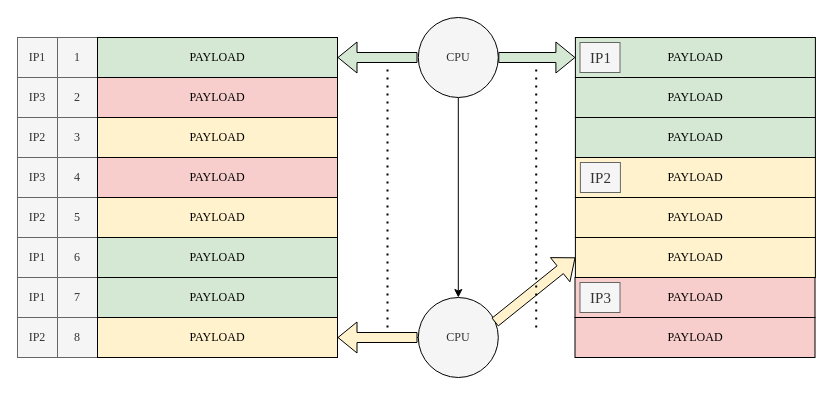
CHRIS123540/GPU keeps this draw.io diagram as page "第 1 页" (1 of 6) of producer&consumer.drawio. Above is the earlier version. Source tidied: cells renumbered, new cells numbered last; positions are measured from the earlier drawing's top-left corner, leaving out a move shared by most shapes. Both pictures are drawn from the tidied source at 100%, with x=0, y=0 at pixel (17, 17).
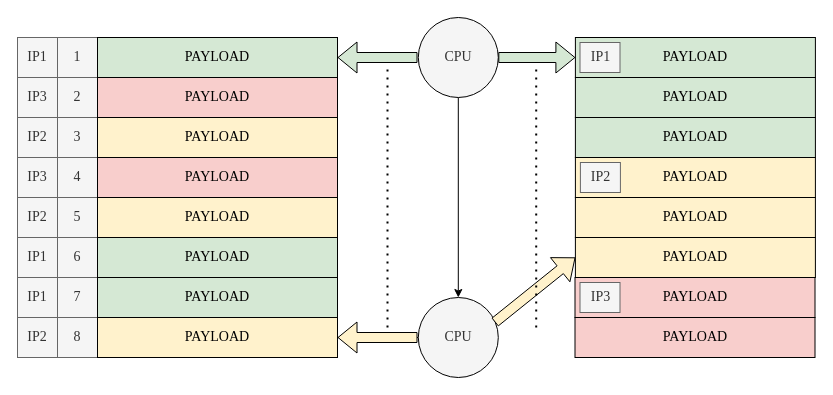
The same diagram, later.

The edit, as a diff of the source:
```diff
@@
-    <mxCell id="2" value="IP1" style="whiteSpace=wrap;html=1;strokeColor=#666666;fillColor=#f5f5f5;fontColor=#333333;fontFamily=Times New Roman;" parent="1" vertex="1">
+    <mxCell id="2" value="IP1" style="whiteSpace=wrap;html=1;strokeColor=#666666;fillColor=#f5f5f5;fontColor=#333333;fontFamily=Times New Roman;fontSize=14;" parent="1" vertex="1">
       <mxGeometry y="20" width="40" height="40" as="geometry" />
     </mxCell>
-    <mxCell id="3" value="IP3" style="whiteSpace=wrap;html=1;strokeColor=#666666;fillColor=#f5f5f5;fontColor=#333333;fontFamily=Times New Roman;" parent="1" vertex="1">
+    <mxCell id="3" value="IP3" style="whiteSpace=wrap;html=1;strokeColor=#666666;fillColor=#f5f5f5;fontColor=#333333;fontFamily=Times New Roman;fontSize=14;" parent="1" vertex="1">
       <mxGeometry y="60" width="40" height="40" as="geometry" />
     </mxCell>
-    <mxCell id="4" value="IP2" style="whiteSpace=wrap;html=1;strokeColor=#666666;fillColor=#f5f5f5;fontColor=#333333;fontFamily=Times New Roman;" parent="1" vertex="1">
+    <mxCell id="4" value="IP2" style="whiteSpace=wrap;html=1;strokeColor=#666666;fillColor=#f5f5f5;fontColor=#333333;fontFamily=Times New Roman;fontSize=14;" parent="1" vertex="1">
       <mxGeometry y="100" width="40" height="40" as="geometry" />
     </mxCell>
-    <mxCell id="5" value="IP3" style="whiteSpace=wrap;html=1;strokeColor=#666666;fillColor=#f5f5f5;fontColor=#333333;fontFamily=Times New Roman;" parent="1" vertex="1">
+    <mxCell id="5" value="IP3" style="whiteSpace=wrap;html=1;strokeColor=#666666;fillColor=#f5f5f5;fontColor=#333333;fontFamily=Times New Roman;fontSize=14;" parent="1" vertex="1">
       <mxGeometry y="140" width="40" height="40" as="geometry" />
     </mxCell>
-    <mxCell id="6" value="IP2" style="whiteSpace=wrap;html=1;strokeColor=#666666;fillColor=#f5f5f5;fontColor=#333333;fontFamily=Times New Roman;" parent="1" vertex="1">
+    <mxCell id="6" value="IP2" style="whiteSpace=wrap;html=1;strokeColor=#666666;fillColor=#f5f5f5;fontColor=#333333;fontFamily=Times New Roman;fontSize=14;" parent="1" vertex="1">
       <mxGeometry y="180" width="40" height="40" as="geometry" />
     </mxCell>
-    <mxCell id="7" value="IP1" style="whiteSpace=wrap;html=1;strokeColor=#666666;fillColor=#f5f5f5;fontColor=#333333;fontFamily=Times New Roman;" parent="1" vertex="1">
+    <mxCell id="7" value="IP1" style="whiteSpace=wrap;html=1;strokeColor=#666666;fillColor=#f5f5f5;fontColor=#333333;fontFamily=Times New Roman;fontSize=14;" parent="1" vertex="1">
       <mxGeometry y="220" width="40" height="40" as="geometry" />
     </mxCell>
-    <mxCell id="8" value="IP1" style="whiteSpace=wrap;html=1;strokeColor=#666666;fillColor=#f5f5f5;fontColor=#333333;fontFamily=Times New Roman;" parent="1" vertex="1">
+    <mxCell id="8" value="IP1" style="whiteSpace=wrap;html=1;strokeColor=#666666;fillColor=#f5f5f5;fontColor=#333333;fontFamily=Times New Roman;fontSize=14;" parent="1" vertex="1">
       <mxGeometry y="260" width="40" height="40" as="geometry" />
     </mxCell>
-    <mxCell id="9" value="IP2" style="whiteSpace=wrap;html=1;strokeColor=#666666;fillColor=#f5f5f5;fontColor=#333333;fontFamily=Times New Roman;" parent="1" vertex="1">
+    <mxCell id="9" value="IP2" style="whiteSpace=wrap;html=1;strokeColor=#666666;fillColor=#f5f5f5;fontColor=#333333;fontFamily=Times New Roman;fontSize=14;" parent="1" vertex="1">
       <mxGeometry y="300" width="40" height="40" as="geometry" />
     </mxCell>
-    <mxCell id="10" value="1" style="whiteSpace=wrap;html=1;strokeColor=#666666;fillColor=#f5f5f5;fontColor=#333333;fontFamily=Times New Roman;" parent="1" vertex="1">
+    <mxCell id="10" value="1" style="whiteSpace=wrap;html=1;strokeColor=#666666;fillColor=#f5f5f5;fontColor=#333333;fontFamily=Times New Roman;fontSize=14;" parent="1" vertex="1">
       <mxGeometry x="40" y="20" width="40" height="40" as="geometry" />
     </mxCell>
-    <mxCell id="11" value="2" style="whiteSpace=wrap;html=1;strokeColor=#666666;fillColor=#f5f5f5;fontColor=#333333;fontFamily=Times New Roman;" parent="1" vertex="1">
+    <mxCell id="11" value="2" style="whiteSpace=wrap;html=1;strokeColor=#666666;fillColor=#f5f5f5;fontColor=#333333;fontFamily=Times New Roman;fontSize=14;" parent="1" vertex="1">
       <mxGeometry x="40" y="60" width="40" height="40" as="geometry" />
     </mxCell>
-    <mxCell id="12" value="3" style="whiteSpace=wrap;html=1;strokeColor=#666666;fillColor=#f5f5f5;fontColor=#333333;fontFamily=Times New Roman;" parent="1" vertex="1">
+    <mxCell id="12" value="3" style="whiteSpace=wrap;html=1;strokeColor=#666666;fillColor=#f5f5f5;fontColor=#333333;fontFamily=Times New Roman;fontSize=14;" parent="1" vertex="1">
       <mxGeometry x="40" y="100" width="40" height="40" as="geometry" />
     </mxCell>
-    <mxCell id="13" value="4" style="whiteSpace=wrap;html=1;strokeColor=#666666;fillColor=#f5f5f5;fontColor=#333333;fontFamily=Times New Roman;" parent="1" vertex="1">
+    <mxCell id="13" value="4" style="whiteSpace=wrap;html=1;strokeColor=#666666;fillColor=#f5f5f5;fontColor=#333333;fontFamily=Times New Roman;fontSize=14;" parent="1" vertex="1">
       <mxGeometry x="40" y="140" width="40" height="40" as="geometry" />
     </mxCell>
-    <mxCell id="14" value="5" style="whiteSpace=wrap;html=1;strokeColor=#666666;fillColor=#f5f5f5;fontColor=#333333;fontFamily=Times New Roman;" parent="1" vertex="1">
+    <mxCell id="14" value="5" style="whiteSpace=wrap;html=1;strokeColor=#666666;fillColor=#f5f5f5;fontColor=#333333;fontFamily=Times New Roman;fontSize=14;" parent="1" vertex="1">
       <mxGeometry x="40" y="180" width="40" height="40" as="geometry" />
     </mxCell>
-    <mxCell id="15" value="6" style="whiteSpace=wrap;html=1;strokeColor=#666666;fillColor=#f5f5f5;fontColor=#333333;fontFamily=Times New Roman;" parent="1" vertex="1">
+    <mxCell id="15" value="6" style="whiteSpace=wrap;html=1;strokeColor=#666666;fillColor=#f5f5f5;fontColor=#333333;fontFamily=Times New Roman;fontSize=14;" parent="1" vertex="1">
       <mxGeometry x="40" y="220" width="40" height="40" as="geometry" />
     </mxCell>
-    <mxCell id="16" value="7" style="whiteSpace=wrap;html=1;strokeColor=#666666;fillColor=#f5f5f5;fontColor=#333333;fontFamily=Times New Roman;" parent="1" vertex="1">
+    <mxCell id="16" value="7" style="whiteSpace=wrap;html=1;strokeColor=#666666;fillColor=#f5f5f5;fontColor=#333333;fontFamily=Times New Roman;fontSize=14;" parent="1" vertex="1">
       <mxGeometry x="40" y="260" width="40" height="40" as="geometry" />
     </mxCell>
-    <mxCell id="17" value="8" style="whiteSpace=wrap;html=1;strokeColor=#666666;fillColor=#f5f5f5;fontColor=#333333;fontFamily=Times New Roman;" parent="1" vertex="1">
+    <mxCell id="17" value="8" style="whiteSpace=wrap;html=1;strokeColor=#666666;fillColor=#f5f5f5;fontColor=#333333;fontFamily=Times New Roman;fontSize=14;" parent="1" vertex="1">
       <mxGeometry x="40" y="300" width="40" height="40" as="geometry" />
     </mxCell>
-    <mxCell id="18" value="PAYLOAD" style="rounded=0;whiteSpace=wrap;html=1;fillColor=#d5e8d4;strokeColor=default;fontFamily=Times New Roman;" parent="1" vertex="1">
+    <mxCell id="18" value="PAYLOAD" style="rounded=0;whiteSpace=wrap;html=1;fillColor=#d5e8d4;strokeColor=default;fontFamily=Times New Roman;fontSize=14;" parent="1" vertex="1">
       <mxGeometry x="80" y="20" width="240" height="40" as="geometry" />
     </mxCell>
-    <mxCell id="19" value="PAYLOAD" style="rounded=0;whiteSpace=wrap;html=1;fillColor=#f8cecc;strokeColor=default;fontFamily=Times New Roman;" parent="1" vertex="1">
+    <mxCell id="19" value="PAYLOAD" style="rounded=0;whiteSpace=wrap;html=1;fillColor=#f8cecc;strokeColor=default;fontFamily=Times New Roman;fontSize=14;" parent="1" vertex="1">
       <mxGeometry x="80" y="60" width="240" height="40" as="geometry" />
     </mxCell>
-    <mxCell id="20" value="PAYLOAD" style="rounded=0;whiteSpace=wrap;html=1;fillColor=#fff2cc;strokeColor=default;fontFamily=Times New Roman;" parent="1" vertex="1">
+    <mxCell id="20" value="PAYLOAD" style="rounded=0;whiteSpace=wrap;html=1;fillColor=#fff2cc;strokeColor=default;fontFamily=Times New Roman;fontSize=14;" parent="1" vertex="1">
       <mxGeometry x="80" y="100" width="240" height="40" as="geometry" />
     </mxCell>
-    <mxCell id="21" value="PAYLOAD" style="rounded=0;whiteSpace=wrap;html=1;fillColor=#f8cecc;strokeColor=default;fontFamily=Times New Roman;" parent="1" vertex="1">
+    <mxCell id="21" value="PAYLOAD" style="rounded=0;whiteSpace=wrap;html=1;fillColor=#f8cecc;strokeColor=default;fontFamily=Times New Roman;fontSize=14;" parent="1" vertex="1">
       <mxGeometry x="80" y="140" width="240" height="40" as="geometry" />
     </mxCell>
-    <mxCell id="22" value="PAYLOAD" style="rounded=0;whiteSpace=wrap;html=1;fillColor=#fff2cc;strokeColor=default;fontFamily=Times New Roman;" parent="1" vertex="1">
+    <mxCell id="22" value="PAYLOAD" style="rounded=0;whiteSpace=wrap;html=1;fillColor=#fff2cc;strokeColor=default;fontFamily=Times New Roman;fontSize=14;" parent="1" vertex="1">
       <mxGeometry x="80" y="180" width="240" height="40" as="geometry" />
     </mxCell>
-    <mxCell id="23" value="PAYLOAD" style="rounded=0;whiteSpace=wrap;html=1;fillColor=#d5e8d4;strokeColor=default;fontFamily=Times New Roman;" parent="1" vertex="1">
+    <mxCell id="23" value="PAYLOAD" style="rounded=0;whiteSpace=wrap;html=1;fillColor=#d5e8d4;strokeColor=default;fontFamily=Times New Roman;fontSize=14;" parent="1" vertex="1">
       <mxGeometry x="80" y="220" width="240" height="40" as="geometry" />
     </mxCell>
-    <mxCell id="24" value="PAYLOAD" style="rounded=0;whiteSpace=wrap;html=1;fillColor=#d5e8d4;strokeColor=default;fontFamily=Times New Roman;" parent="1" vertex="1">
+    <mxCell id="24" value="PAYLOAD" style="rounded=0;whiteSpace=wrap;html=1;fillColor=#d5e8d4;strokeColor=default;fontFamily=Times New Roman;fontSize=14;" parent="1" vertex="1">
       <mxGeometry x="80" y="260" width="240" height="40" as="geometry" />
     </mxCell>
-    <mxCell id="25" value="PAYLOAD" style="rounded=0;whiteSpace=wrap;html=1;fillColor=#fff2cc;strokeColor=default;fontFamily=Times New Roman;" parent="1" vertex="1">
+    <mxCell id="25" value="PAYLOAD" style="rounded=0;whiteSpace=wrap;html=1;fillColor=#fff2cc;strokeColor=default;fontFamily=Times New Roman;fontSize=14;" parent="1" vertex="1">
       <mxGeometry x="80" y="300" width="240" height="40" as="geometry" />
     </mxCell>
-    <mxCell id="26" style="edgeStyle=orthogonalEdgeStyle;rounded=0;jettySize=auto;html=1;exitX=0.5;exitY=1;exitDx=0;exitDy=0;entryX=0.5;entryY=0;entryDx=0;entryDy=0;strokeColor=default;fontFamily=Times New Roman;" parent="1" edge="1" source="27" target="36">
+    <mxCell id="26" style="edgeStyle=orthogonalEdgeStyle;rounded=0;jettySize=auto;html=1;exitX=0.5;exitY=1;exitDx=0;exitDy=0;entryX=0.5;entryY=0;entryDx=0;entryDy=0;strokeColor=default;fontFamily=Times New Roman;fontSize=14;" parent="1" edge="1" source="27" target="36">
       <mxGeometry relative="1" as="geometry" />
     </mxCell>
-    <mxCell id="27" value="CPU" style="ellipse;whiteSpace=wrap;html=1;fillColor=#f5f5f5;fontColor=#333333;strokeColor=default;fontFamily=Times New Roman;" parent="1" vertex="1">
+    <mxCell id="27" value="CPU" style="ellipse;whiteSpace=wrap;html=1;fillColor=#f5f5f5;fontColor=#333333;strokeColor=default;fontFamily=Times New Roman;fontSize=14;" parent="1" vertex="1">
       <mxGeometry x="400.8" width="80" height="80" as="geometry" />
     </mxCell>
-    <mxCell id="28" value="PAYLOAD" style="rounded=0;whiteSpace=wrap;html=1;fillColor=#d5e8d4;strokeColor=default;fontFamily=Times New Roman;" parent="1" vertex="1">
+    <mxCell id="28" value="PAYLOAD" style="rounded=0;whiteSpace=wrap;html=1;fillColor=#d5e8d4;strokeColor=default;fontFamily=Times New Roman;fontSize=14;" parent="1" vertex="1">
       <mxGeometry x="557.9" y="20" width="240" height="40" as="geometry" />
     </mxCell>
-    <mxCell id="29" value="PAYLOAD" style="rounded=0;whiteSpace=wrap;html=1;fillColor=#d5e8d4;strokeColor=default;fontFamily=Times New Roman;" parent="1" vertex="1">
+    <mxCell id="29" value="PAYLOAD" style="rounded=0;whiteSpace=wrap;html=1;fillColor=#d5e8d4;strokeColor=default;fontFamily=Times New Roman;fontSize=14;" parent="1" vertex="1">
       <mxGeometry x="557.9" y="60" width="240" height="40" as="geometry" />
     </mxCell>
-    <mxCell id="30" value="PAYLOAD" style="rounded=0;whiteSpace=wrap;html=1;fillColor=#d5e8d4;strokeColor=default;fontFamily=Times New Roman;" parent="1" vertex="1">
+    <mxCell id="30" value="PAYLOAD" style="rounded=0;whiteSpace=wrap;html=1;fillColor=#d5e8d4;strokeColor=default;fontFamily=Times New Roman;fontSize=14;" parent="1" vertex="1">
       <mxGeometry x="557.9" y="100" width="240" height="40" as="geometry" />
     </mxCell>
-    <mxCell id="31" value="IP1" style="text;html=1;align=center;verticalAlign=middle;strokeColor=#666666;fillColor=#f5f5f5;fontSize=15;fontColor=#333333;fontFamily=Times New Roman;" parent="1" vertex="1">
+    <mxCell id="31" value="IP1" style="text;html=1;align=center;verticalAlign=middle;strokeColor=#666666;fillColor=#f5f5f5;fontSize=14;fontColor=#333333;fontFamily=Times New Roman;" parent="1" vertex="1">
       <mxGeometry x="562.5" y="25" width="40" height="30" as="geometry" />
     </mxCell>
-    <mxCell id="32" style="shape=flexArrow;endArrow=classic;html=1;rounded=0;entryX=1;entryY=0.5;entryDx=0;entryDy=0;fillColor=#d5e8d4;strokeColor=default;fontFamily=Times New Roman;" parent="1" edge="1" target="18">
+    <mxCell id="32" style="shape=flexArrow;endArrow=classic;html=1;rounded=0;entryX=1;entryY=0.5;entryDx=0;entryDy=0;fillColor=#d5e8d4;strokeColor=default;fontFamily=Times New Roman;fontSize=14;" parent="1" edge="1" target="18">
       <mxGeometry relative="1" as="geometry">
         <mxPoint x="400" y="40" as="sourcePoint" />
       </mxGeometry>
     </mxCell>
-    <mxCell id="33" style="endArrow=none;dashed=1;html=1;dashPattern=1 3;strokeWidth=2;rounded=0;strokeColor=default;fontFamily=Times New Roman;" parent="1" edge="1">
+    <mxCell id="33" style="endArrow=none;dashed=1;html=1;dashPattern=1 3;strokeWidth=2;rounded=0;strokeColor=default;fontFamily=Times New Roman;fontSize=14;" parent="1" edge="1">
       <mxGeometry relative="1" as="geometry">
         <mxPoint x="370" y="310" as="sourcePoint" />
         <mxPoint x="370" y="50" as="targetPoint" />
       </mxGeometry>
     </mxCell>
-    <mxCell id="34" style="shape=flexArrow;endArrow=classic;html=1;rounded=0;entryX=0;entryY=0.5;entryDx=0;entryDy=0;fillColor=#d5e8d4;strokeColor=default;exitX=1;exitY=0.5;exitDx=0;exitDy=0;fontFamily=Times New Roman;" parent="1" edge="1" source="27" target="28">
+    <mxCell id="34" style="shape=flexArrow;endArrow=classic;html=1;rounded=0;entryX=0;entryY=0.5;entryDx=0;entryDy=0;fillColor=#d5e8d4;strokeColor=default;exitX=1;exitY=0.5;exitDx=0;exitDy=0;fontFamily=Times New Roman;fontSize=14;" parent="1" edge="1" source="27" target="28">
       <mxGeometry relative="1" as="geometry" />
     </mxCell>
-    <mxCell id="35" style="edgeStyle=orthogonalEdgeStyle;rounded=0;jettySize=auto;html=1;strokeColor=default;fontFamily=Times New Roman;" parent="1" edge="1" source="36" target="25">
+    <mxCell id="35" style="edgeStyle=orthogonalEdgeStyle;rounded=0;jettySize=auto;html=1;strokeColor=default;fontFamily=Times New Roman;fontSize=14;" parent="1" edge="1" source="36" target="25">
       <mxGeometry relative="1" as="geometry" />
     </mxCell>
-    <mxCell id="36" value="CPU" style="ellipse;whiteSpace=wrap;html=1;fillColor=#f5f5f5;fontColor=#333333;strokeColor=default;fontFamily=Times New Roman;" parent="1" vertex="1">
+    <mxCell id="36" value="CPU" style="ellipse;whiteSpace=wrap;html=1;fillColor=#f5f5f5;fontColor=#333333;strokeColor=default;fontFamily=Times New Roman;fontSize=14;" parent="1" vertex="1">
       <mxGeometry x="400.8" y="280" width="80" height="80" as="geometry" />
     </mxCell>
-    <mxCell id="37" style="shape=flexArrow;endArrow=classic;html=1;rounded=0;entryX=1;entryY=0.5;entryDx=0;entryDy=0;fillColor=#fff2cc;strokeColor=default;fontFamily=Times New Roman;" parent="1" edge="1">
+    <mxCell id="37" style="shape=flexArrow;endArrow=classic;html=1;rounded=0;entryX=1;entryY=0.5;entryDx=0;entryDy=0;fillColor=#fff2cc;strokeColor=default;fontFamily=Times New Roman;fontSize=14;" parent="1" edge="1">
       <mxGeometry relative="1" as="geometry">
         <mxPoint x="400" y="320" as="sourcePoint" />
         <mxPoint x="320" y="320" as="targetPoint" />
       </mxGeometry>
     </mxCell>
-    <mxCell id="38" style="shape=flexArrow;endArrow=classic;html=1;rounded=0;entryX=0;entryY=0.5;entryDx=0;entryDy=0;fillColor=#fff2cc;strokeColor=default;exitX=0.956;exitY=0.31;exitDx=0;exitDy=0;exitPerimeter=0;fontFamily=Times New Roman;" parent="1" edge="1" source="36" target="45">
+    <mxCell id="38" style="shape=flexArrow;endArrow=classic;html=1;rounded=0;entryX=0;entryY=0.5;entryDx=0;entryDy=0;fillColor=#fff2cc;strokeColor=default;exitX=0.956;exitY=0.31;exitDx=0;exitDy=0;exitPerimeter=0;fontFamily=Times New Roman;fontSize=14;" parent="1" edge="1" source="36" target="45">
       <mxGeometry relative="1" as="geometry" />
     </mxCell>
-    <mxCell id="39" value="PAYLOAD" style="rounded=0;whiteSpace=wrap;html=1;fillColor=#f8cecc;strokeColor=default;fontFamily=Times New Roman;" parent="1" vertex="1">
+    <mxCell id="39" value="PAYLOAD" style="rounded=0;whiteSpace=wrap;html=1;fillColor=#f8cecc;strokeColor=default;fontFamily=Times New Roman;fontSize=14;" parent="1" vertex="1">
       <mxGeometry x="557.5" y="260" width="240" height="40" as="geometry" />
     </mxCell>
-    <mxCell id="40" value="PAYLOAD" style="rounded=0;whiteSpace=wrap;html=1;fillColor=#f8cecc;strokeColor=default;fontFamily=Times New Roman;" parent="1" vertex="1">
+    <mxCell id="40" value="PAYLOAD" style="rounded=0;whiteSpace=wrap;html=1;fillColor=#f8cecc;strokeColor=default;fontFamily=Times New Roman;fontSize=14;" parent="1" vertex="1">
       <mxGeometry x="557.5" y="300" width="240" height="40" as="geometry" />
     </mxCell>
-    <mxCell id="41" value="IP3" style="text;html=1;align=center;verticalAlign=middle;strokeColor=#666666;fillColor=#f5f5f5;fontSize=15;fontColor=#333333;fontFamily=Times New Roman;" parent="1" vertex="1">
+    <mxCell id="41" value="IP3" style="text;html=1;align=center;verticalAlign=middle;strokeColor=#666666;fillColor=#f5f5f5;fontSize=14;fontColor=#333333;fontFamily=Times New Roman;" parent="1" vertex="1">
       <mxGeometry x="562.5" y="265" width="40" height="30" as="geometry" />
     </mxCell>
-    <mxCell id="42" style="endArrow=none;dashed=1;html=1;dashPattern=1 3;strokeWidth=2;rounded=0;strokeColor=default;fontFamily=Times New Roman;" parent="1" edge="1">
+    <mxCell id="42" style="endArrow=none;dashed=1;html=1;dashPattern=1 3;strokeWidth=2;rounded=0;strokeColor=default;fontFamily=Times New Roman;fontSize=14;" parent="1" edge="1">
       <mxGeometry relative="1" as="geometry">
         <mxPoint x="518.7" y="310" as="sourcePoint" />
         <mxPoint x="518.7" y="50" as="targetPoint" />
       </mxGeometry>
     </mxCell>
-    <mxCell id="43" value="PAYLOAD" style="rounded=0;whiteSpace=wrap;html=1;fillColor=#fff2cc;strokeColor=default;fontFamily=Times New Roman;" parent="1" vertex="1">
+    <mxCell id="43" value="PAYLOAD" style="rounded=0;whiteSpace=wrap;html=1;fillColor=#fff2cc;strokeColor=default;fontFamily=Times New Roman;fontSize=14;" parent="1" vertex="1">
       <mxGeometry x="557.9" y="140" width="240" height="40" as="geometry" />
     </mxCell>
-    <mxCell id="44" value="PAYLOAD" style="rounded=0;whiteSpace=wrap;html=1;fillColor=#fff2cc;strokeColor=default;fontFamily=Times New Roman;" parent="1" vertex="1">
+    <mxCell id="44" value="PAYLOAD" style="rounded=0;whiteSpace=wrap;html=1;fillColor=#fff2cc;strokeColor=default;fontFamily=Times New Roman;fontSize=14;" parent="1" vertex="1">
       <mxGeometry x="557.9" y="180" width="240" height="40" as="geometry" />
     </mxCell>
-    <mxCell id="45" value="PAYLOAD" style="rounded=0;whiteSpace=wrap;html=1;fillColor=#fff2cc;strokeColor=default;fontFamily=Times New Roman;" parent="1" vertex="1">
+    <mxCell id="45" value="PAYLOAD" style="rounded=0;whiteSpace=wrap;html=1;fillColor=#fff2cc;strokeColor=default;fontFamily=Times New Roman;fontSize=14;" parent="1" vertex="1">
       <mxGeometry x="557.9" y="220" width="240" height="40" as="geometry" />
     </mxCell>
-    <mxCell id="46" value="IP2" style="text;html=1;align=center;verticalAlign=middle;strokeColor=#666666;fillColor=#f5f5f5;fontSize=15;fontColor=#333333;fontFamily=Times New Roman;" parent="1" vertex="1">
+    <mxCell id="46" value="IP2" style="text;html=1;align=center;verticalAlign=middle;strokeColor=#666666;fillColor=#f5f5f5;fontSize=14;fontColor=#333333;fontFamily=Times New Roman;" parent="1" vertex="1">
       <mxGeometry x="562.9" y="145" width="40" height="30" as="geometry" />
     </mxCell>
```
